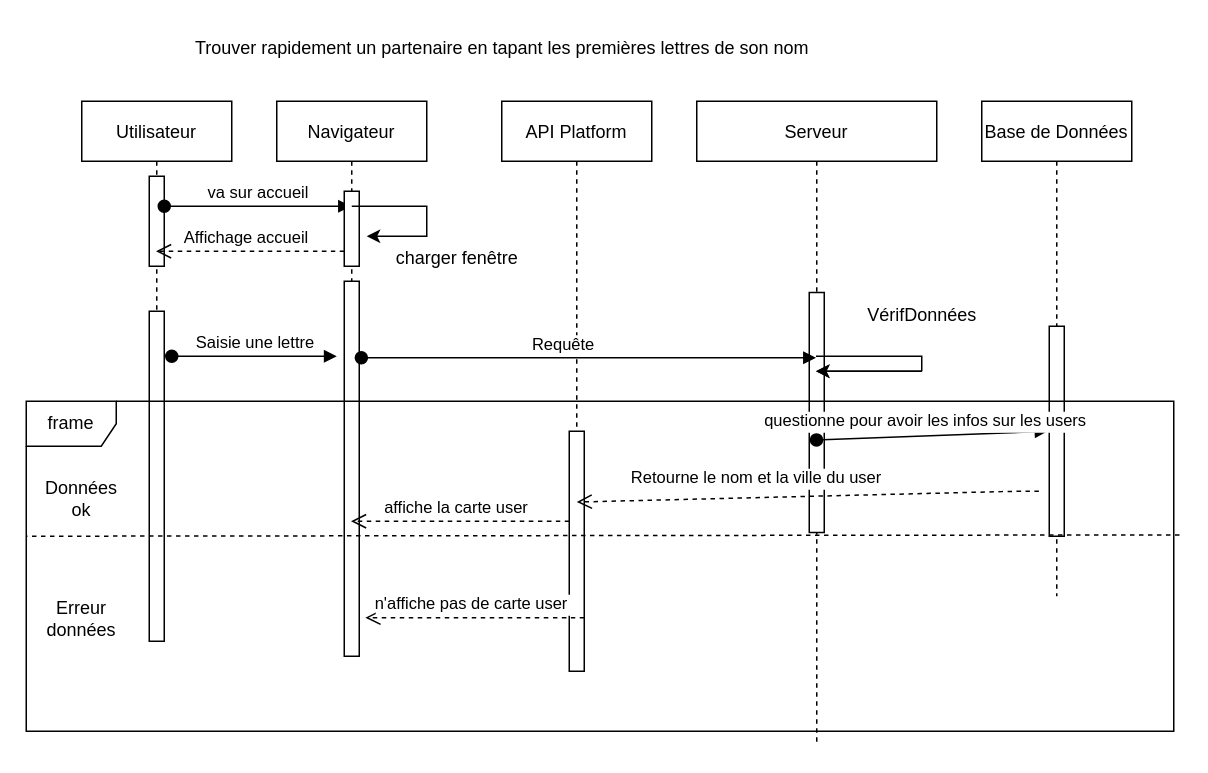
The draw.io diagram diagramme_uml/Sequence Diagram.drawio in cyrisa02/PlanetBody, before the edit. Source tidied: cells renumbered, new cells numbered last; positions are measured from the earlier drawing's top-left corner, leaving out a move shared by most shapes. Both pictures are drawn from the tidied source at 150%, with x=0, y=0 at pixel (26, 26).
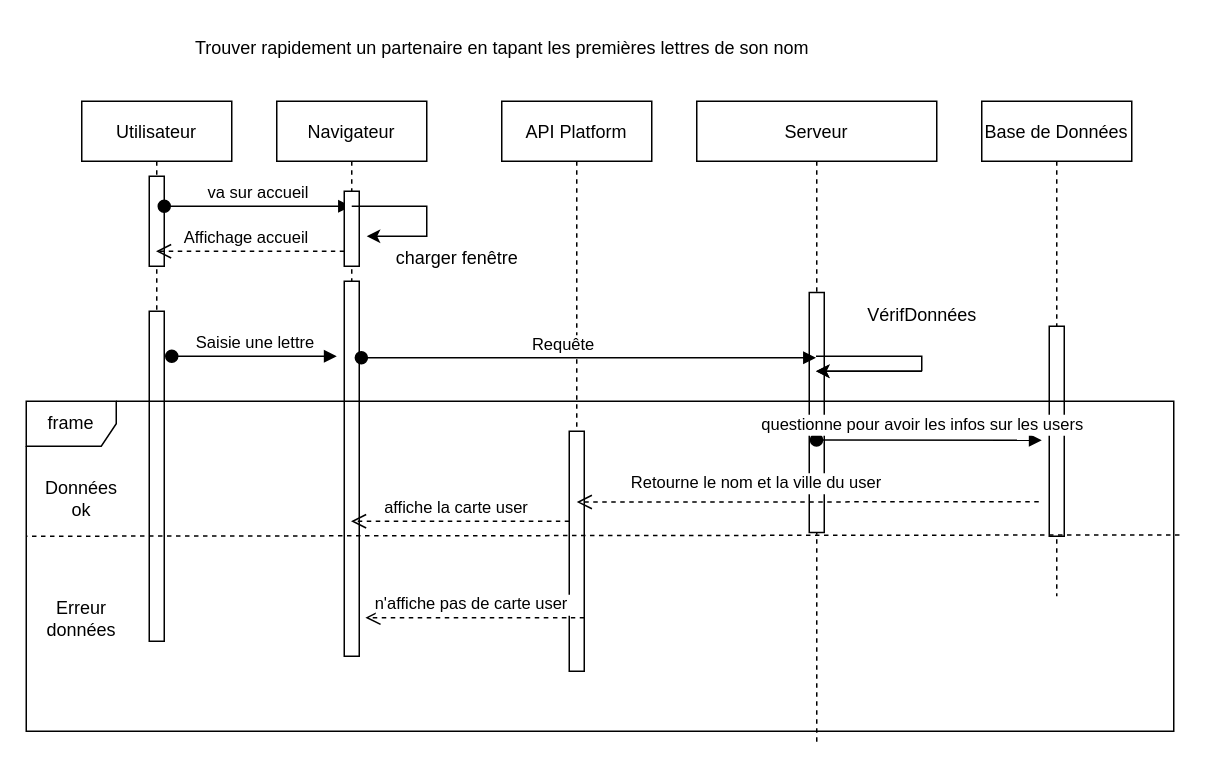
The same diagram, later.

Unchanged cells that the change refers to:
```xml
<mxCell id="2" value="Serveur" style="shape=umlLifeline;perimeter=lifelinePerimeter;rounded=0;shadow=0;strokeWidth=1;" parent="1" vertex="1">
  <mxGeometry x="447" y="50" width="160" height="430" as="geometry" />
</mxCell>
<mxCell id="26" value="frame" style="shape=umlFrame;whiteSpace=wrap;html=1;" parent="1" vertex="1">
  <mxGeometry y="250" width="765" height="220" as="geometry" />
</mxCell>
```

Change to the diagram source:
```diff
@@
-    <mxCell id="31" value="questionne pour avoir les infos sur les users" style="verticalAlign=bottom;startArrow=oval;endArrow=block;startSize=8;shadow=0;strokeWidth=1;entryX=0.89;entryY=0.091;entryDx=0;entryDy=0;entryPerimeter=0;exitX=0.499;exitY=0.525;exitDx=0;exitDy=0;exitPerimeter=0;" parent="1" edge="1" source="2" target="26">
-      <mxGeometry x="-0.05" y="1" relative="1" as="geometry" />
+    <mxCell id="31" value="questionne pour avoir les infos sur les users" style="verticalAlign=bottom;startArrow=oval;endArrow=block;startSize=8;shadow=0;strokeWidth=1;exitX=0.499;exitY=0.525;exitDx=0;exitDy=0;exitPerimeter=0;" parent="1" edge="1" source="2">
+      <mxGeometry x="-0.05" y="1" relative="1" as="geometry">
+        <mxPoint x="677" y="276" as="targetPoint" />
+      </mxGeometry>
     </mxCell>
-    <mxCell id="32" value="Retourne le nom et la ville du user" style="verticalAlign=bottom;endArrow=open;dashed=1;endSize=8;exitX=0;exitY=0.95;shadow=0;strokeWidth=1;entryX=1.194;entryY=0.295;entryDx=0;entryDy=0;entryPerimeter=0;" parent="1" edge="1">
+    <mxCell id="32" value="Retourne le nom et la ville du user" style="verticalAlign=bottom;endArrow=open;dashed=1;endSize=8;shadow=0;strokeWidth=1;entryX=1.194;entryY=0.295;entryDx=0;entryDy=0;entryPerimeter=0;" parent="1" edge="1">
       <mxGeometry x="0.22" y="-4" relative="1" as="geometry">
-        <mxPoint x="675.1" y="310" as="sourcePoint" />
+        <mxPoint x="675" y="317" as="sourcePoint" />
         <mxPoint x="367" y="317.2" as="targetPoint" />
-        <Array as="points">
-          <mxPoint x="660.1" y="310" />
-        </Array>
       </mxGeometry>
     </mxCell>
```
